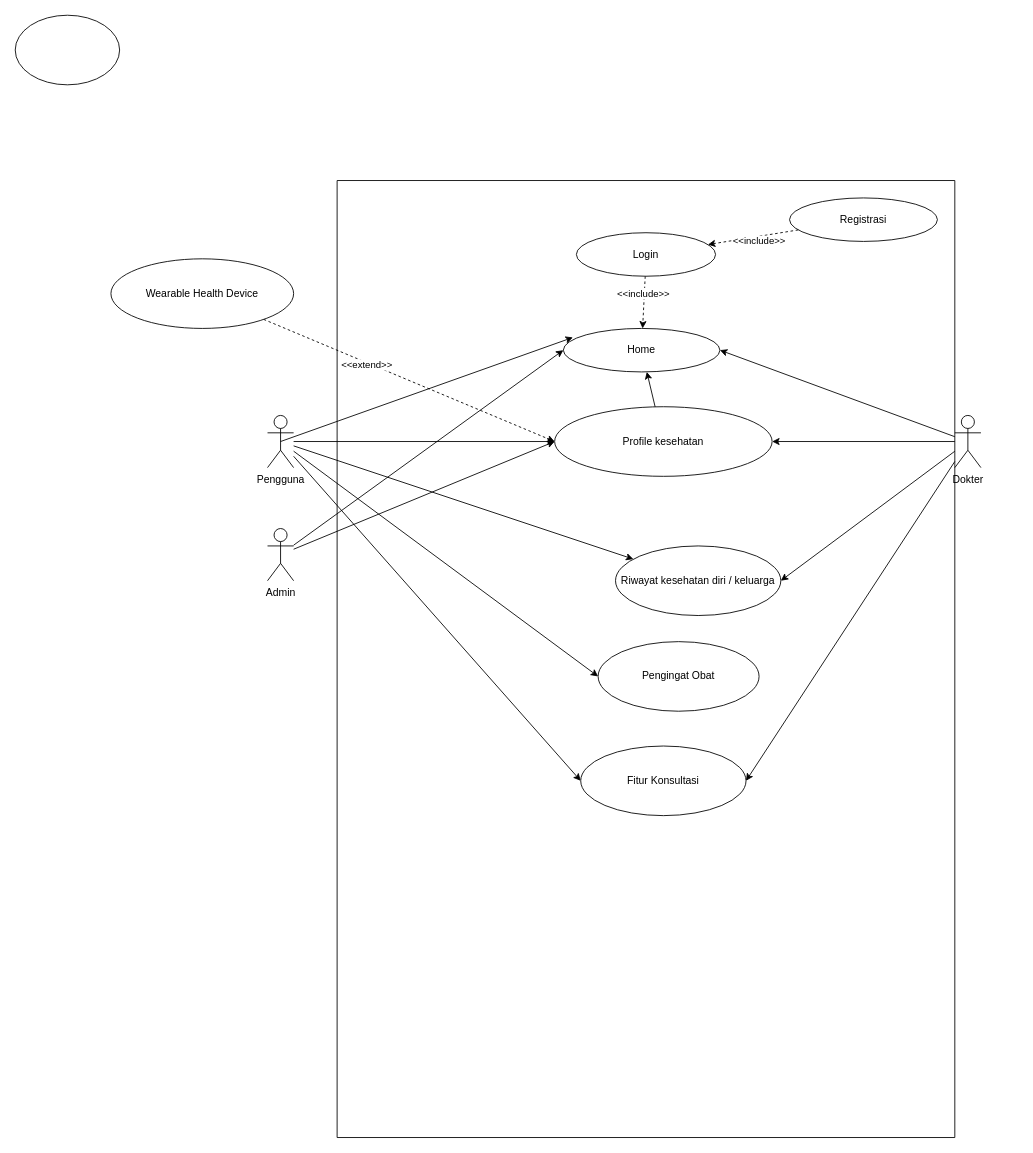
The draw.io diagram diagram usecase careconnect.drawio in Arya-f4/Projek-RKPL, before the edit. Source tidied: cells renumbered, new cells numbered last; positions are measured from the earlier drawing's top-left corner, leaving out a move shared by most shapes. Both pictures are drawn from the tidied source at 87%, with x=0, y=0 at pixel (15, 15).
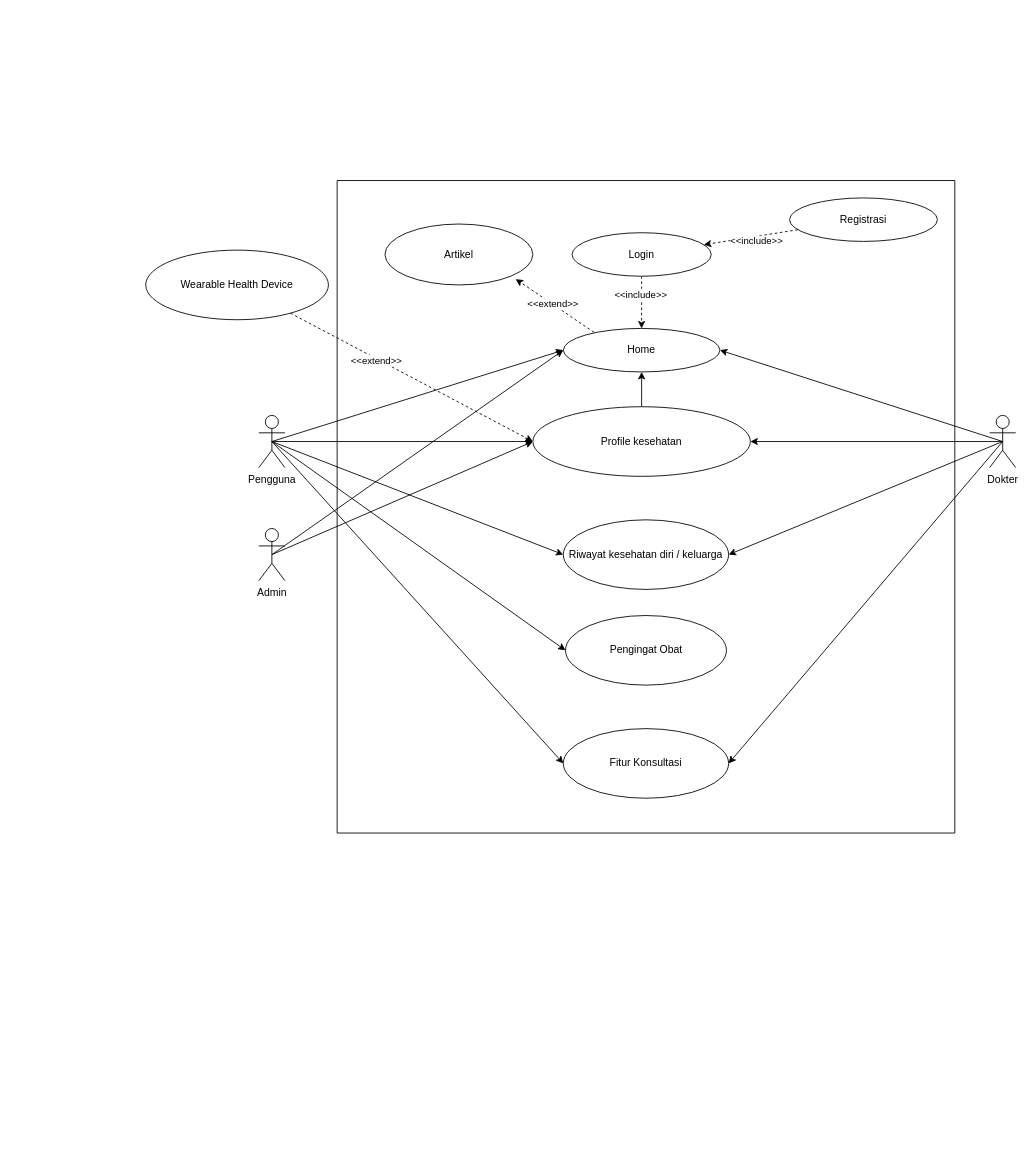
The same page after the edit.

The change refers to these unchanged cells:
```xml
<mxCell id="19" value="Home" style="ellipse;whiteSpace=wrap;html=1;" parent="15" vertex="1">
  <mxGeometry x="260" y="170" width="180" height="50" as="geometry" />
</mxCell>
```

Change to the diagram source:
```diff
@@
-    <mxCell id="2" style="rounded=0;jettySize=auto;html=1;exitX=0.5;exitY=0.5;exitDx=0;exitDy=0;exitPerimeter=0;entryX=0.061;entryY=0.207;entryDx=0;entryDy=0;entryPerimeter=0;" parent="1" edge="1" source="7" target="19">
+    <mxCell id="2" style="rounded=0;jettySize=auto;html=1;entryX=0;entryY=0.5;entryDx=0;entryDy=0;exitX=0.5;exitY=0.5;exitDx=0;exitDy=0;exitPerimeter=0;" parent="1" edge="1" source="7" target="19">
       <mxGeometry relative="1" as="geometry" />
     </mxCell>
-    <mxCell id="3" style="rounded=0;jettySize=auto;html=1;" parent="1" edge="1" source="7" target="21">
+    <mxCell id="3" style="rounded=0;jettySize=auto;html=1;exitX=0.5;exitY=0.5;exitDx=0;exitDy=0;exitPerimeter=0;" parent="1" edge="1" source="7" target="21">
       <mxGeometry relative="1" as="geometry" />
     </mxCell>
-    <mxCell id="4" style="rounded=0;jettySize=auto;html=1;" parent="1" edge="1" source="7" target="23">
+    <mxCell id="4" style="rounded=0;jettySize=auto;html=1;entryX=0;entryY=0.5;entryDx=0;entryDy=0;exitX=0.5;exitY=0.5;exitDx=0;exitDy=0;exitPerimeter=0;" parent="1" edge="1" source="7" target="23">
       <mxGeometry relative="1" as="geometry" />
     </mxCell>
-    <mxCell id="5" style="rounded=0;jettySize=auto;html=1;entryX=0;entryY=0.5;entryDx=0;entryDy=0;" parent="1" edge="1" source="7" target="24">
+    <mxCell id="5" style="rounded=0;jettySize=auto;html=1;entryX=0;entryY=0.5;entryDx=0;entryDy=0;exitX=0.5;exitY=0.5;exitDx=0;exitDy=0;exitPerimeter=0;" parent="1" edge="1" source="7" target="24">
       <mxGeometry relative="1" as="geometry" />
     </mxCell>
-    <mxCell id="6" style="rounded=0;jettySize=auto;html=1;entryX=0;entryY=0.5;entryDx=0;entryDy=0;" parent="1" edge="1" source="7" target="22">
+    <mxCell id="6" style="rounded=0;jettySize=auto;html=1;entryX=0;entryY=0.5;entryDx=0;entryDy=0;exitX=0.5;exitY=0.5;exitDx=0;exitDy=0;exitPerimeter=0;" parent="1" edge="1" source="7" target="22">
       <mxGeometry relative="1" as="geometry" />
     </mxCell>
     <mxCell id="7" value="Pengguna" style="shape=umlActor;verticalLabelPosition=bottom;verticalAlign=top;html=1;outlineConnect=0;" parent="1" vertex="1">
-      <mxGeometry x="290" y="460" width="30" height="60" as="geometry" />
+      <mxGeometry x="280" y="460" width="30" height="60" as="geometry" />
     </mxCell>
-    <mxCell id="8" style="rounded=0;jettySize=auto;html=1;entryX=0;entryY=0.5;entryDx=0;entryDy=0;" parent="1" edge="1" source="9" target="21">
+    <mxCell id="8" style="rounded=0;jettySize=auto;html=1;entryX=0;entryY=0.5;entryDx=0;entryDy=0;exitX=0.5;exitY=0.5;exitDx=0;exitDy=0;exitPerimeter=0;" parent="1" edge="1" source="9" target="21">
       <mxGeometry relative="1" as="geometry" />
     </mxCell>
     <mxCell id="9" value="Admin" style="shape=umlActor;verticalLabelPosition=bottom;verticalAlign=top;html=1;outlineConnect=0;" parent="1" vertex="1">
-      <mxGeometry x="290" y="590" width="30" height="60" as="geometry" />
+      <mxGeometry x="280" y="590" width="30" height="60" as="geometry" />
     </mxCell>
-    <mxCell id="10" style="rounded=0;jettySize=auto;html=1;entryX=1;entryY=0.5;entryDx=0;entryDy=0;" parent="1" edge="1" source="14" target="19">
+    <mxCell id="10" style="rounded=0;jettySize=auto;html=1;entryX=1;entryY=0.5;entryDx=0;entryDy=0;exitX=0.5;exitY=0.5;exitDx=0;exitDy=0;exitPerimeter=0;" parent="1" edge="1" source="14" target="19">
       <mxGeometry relative="1" as="geometry" />
     </mxCell>
-    <mxCell id="11" style="rounded=0;jettySize=auto;html=1;entryX=1;entryY=0.5;entryDx=0;entryDy=0;" parent="1" edge="1" source="14" target="21">
+    <mxCell id="11" style="rounded=0;jettySize=auto;html=1;entryX=1;entryY=0.5;entryDx=0;entryDy=0;exitX=0.5;exitY=0.5;exitDx=0;exitDy=0;exitPerimeter=0;" parent="1" edge="1" source="14" target="21">
       <mxGeometry relative="1" as="geometry" />
     </mxCell>
-    <mxCell id="12" style="rounded=0;jettySize=auto;html=1;entryX=1;entryY=0.5;entryDx=0;entryDy=0;" parent="1" edge="1" source="14" target="23">
+    <mxCell id="12" style="rounded=0;jettySize=auto;html=1;entryX=1;entryY=0.5;entryDx=0;entryDy=0;exitX=0.5;exitY=0.5;exitDx=0;exitDy=0;exitPerimeter=0;" parent="1" edge="1" source="14" target="23">
       <mxGeometry relative="1" as="geometry" />
     </mxCell>
-    <mxCell id="13" style="rounded=0;jettySize=auto;html=1;entryX=1;entryY=0.5;entryDx=0;entryDy=0;" parent="1" edge="1" source="14" target="22">
+    <mxCell id="13" style="rounded=0;jettySize=auto;html=1;entryX=1;entryY=0.5;entryDx=0;entryDy=0;exitX=0.5;exitY=0.5;exitDx=0;exitDy=0;exitPerimeter=0;" parent="1" edge="1" source="14" target="22">
       <mxGeometry relative="1" as="geometry" />
     </mxCell>
     <mxCell id="14" value="Dokter" style="shape=umlActor;verticalLabelPosition=bottom;verticalAlign=top;html=1;outlineConnect=0;" parent="1" vertex="1">
-      <mxGeometry x="1080" y="460" width="30" height="60" as="geometry" />
+      <mxGeometry x="1120" y="460" width="30" height="60" as="geometry" />
     </mxCell>
     <mxCell id="15" style="swimlane;startSize=0;" parent="1" vertex="1">
-      <mxGeometry x="370" y="190" width="710" height="1100" as="geometry" />
+      <mxGeometry x="370" y="190" width="710" height="750" as="geometry" />
     </mxCell>
@@
     <mxCell id="18" value="Login" style="ellipse;whiteSpace=wrap;html=1;" parent="15" vertex="1">
-      <mxGeometry x="275" y="60" width="160" height="50" as="geometry" />
+      <mxGeometry x="270" y="60" width="160" height="50" as="geometry" />
     </mxCell>
@@
     <mxCell id="21" value="Profile kesehatan" style="ellipse;whiteSpace=wrap;html=1;" parent="15" vertex="1">
-      <mxGeometry x="250" y="260" width="250" height="80" as="geometry" />
+      <mxGeometry x="225" y="260" width="250" height="80" as="geometry" />
     </mxCell>
     <mxCell id="22" value="Fitur Konsultasi" style="ellipse;whiteSpace=wrap;html=1;" parent="15" vertex="1">
-      <mxGeometry x="280" y="650" width="190" height="80" as="geometry" />
+      <mxGeometry x="260" y="630" width="190" height="80" as="geometry" />
     </mxCell>
     <mxCell id="23" value="Riwayat kesehatan diri / keluarga" style="ellipse;whiteSpace=wrap;html=1;" parent="15" vertex="1">
-      <mxGeometry x="320" y="420" width="190" height="80" as="geometry" />
+      <mxGeometry x="260" y="390" width="190" height="80" as="geometry" />
     </mxCell>
     <mxCell id="24" value="Pengingat Obat" style="ellipse;whiteSpace=wrap;html=1;" parent="15" vertex="1">
-      <mxGeometry x="300" y="530" width="185" height="80" as="geometry" />
+      <mxGeometry x="262.5" y="500" width="185" height="80" as="geometry" />
     </mxCell>
@@
+    <mxCell id="33" value="Artikel" style="ellipse;whiteSpace=wrap;html=1;" parent="15" vertex="1">
+      <mxGeometry x="55" y="50" width="170" height="70" as="geometry" />
+    </mxCell>
+    <mxCell id="34" style="endArrow=classic;html=1;rounded=0;entryX=0.884;entryY=0.904;entryDx=0;entryDy=0;entryPerimeter=0;exitX=0.196;exitY=0.09;exitDx=0;exitDy=0;exitPerimeter=0;dashed=1;" parent="15" edge="1" source="19" target="33">
+      <mxGeometry relative="1" as="geometry" />
+    </mxCell>
+    <mxCell id="35" value="&amp;lt;&amp;lt;extend&amp;gt;&amp;gt;" style="edgeLabel;html=1;align=center;verticalAlign=middle;" parent="34" vertex="1">
+      <mxGeometry x="0.07" y="-1" relative="1" as="geometry" />
+    </mxCell>
-    <mxCell id="28" style="rounded=0;jettySize=auto;html=1;entryX=0;entryY=0.5;entryDx=0;entryDy=0;" parent="1" edge="1" source="9" target="19">
+    <mxCell id="28" style="rounded=0;jettySize=auto;html=1;entryX=0;entryY=0.5;entryDx=0;entryDy=0;exitX=0.5;exitY=0.5;exitDx=0;exitDy=0;exitPerimeter=0;" parent="1" edge="1" source="9" target="19">
       <mxGeometry relative="1" as="geometry" />
     </mxCell>
@@
     <mxCell id="31" value="Wearable Health Device" style="ellipse;whiteSpace=wrap;html=1;" parent="1" vertex="1">
-      <mxGeometry x="110" y="280" width="210" height="80" as="geometry" />
+      <mxGeometry x="150" y="270" width="210" height="80" as="geometry" />
     </mxCell>
-    <mxCell id="32" style="ellipse;whiteSpace=wrap;html=1;" parent="1" vertex="1">
-      <mxGeometry width="120" height="80" as="geometry" />
-    </mxCell>
```
